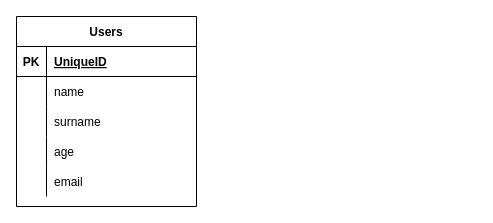
This is diagramma.drawio from federico1989/php-oop-2, a draw.io file, before an edit. Source tidied: cells renumbered, new cells numbered last; positions are measured from the earlier drawing's top-left corner, leaving out a move shared by most shapes. Both pictures are drawn from the tidied source at 100%, with x=0, y=0 at pixel (16, 16).
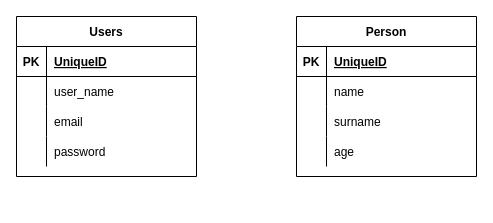
After the change.

Commit message (it also covers changes not shown here):
Aggiunta classe person

Unchanged cells that the change refers to:
```xml
<mxCell id="6" style="shape=partialRectangle;fillColor=none;top=0;left=0;bottom=0;right=0;" parent="2" vertex="1">
  <mxGeometry y="60" width="180" height="30" as="geometry" />
</mxCell>
<mxCell id="9" style="shape=partialRectangle;fillColor=none;top=0;left=0;bottom=0;right=0;" parent="2" vertex="1">
  <mxGeometry y="90" width="180" height="30" as="geometry" />
</mxCell>
<mxCell id="12" style="shape=partialRectangle;fillColor=none;top=0;left=0;bottom=0;right=0;" parent="2" vertex="1">
  <mxGeometry y="120" width="180" height="30" as="geometry" />
</mxCell>
```

What changed in the source:
```diff
@@
     <mxCell id="2" value="Users" style="shape=table;startSize=30;childLayout=tableLayout;rowLines=0;fontStyle=1;align=center;" parent="1" vertex="1">
-      <mxGeometry width="180" height="190" as="geometry" />
+      <mxGeometry width="180" height="160" as="geometry" />
     </mxCell>
@@
-    <mxCell id="8" value="name" style="shape=partialRectangle;fillColor=none;top=0;left=0;bottom=0;right=0;align=left;spacingLeft=6;overflow=hidden;" parent="6" vertex="1">
+    <mxCell id="8" value="user_name" style="shape=partialRectangle;fillColor=none;top=0;left=0;bottom=0;right=0;align=left;spacingLeft=6;overflow=hidden;" parent="6" vertex="1">
       <mxGeometry x="30" width="150" height="30" as="geometry" />
     </mxCell>
@@
-    <mxCell id="11" value="surname" style="shape=partialRectangle;fillColor=none;top=0;left=0;bottom=0;right=0;align=left;spacingLeft=6;overflow=hidden;" parent="9" vertex="1">
+    <mxCell id="11" value="email" style="shape=partialRectangle;fillColor=none;top=0;left=0;bottom=0;right=0;align=left;spacingLeft=6;overflow=hidden;" parent="9" vertex="1">
       <mxGeometry x="30" width="150" height="30" as="geometry" />
     </mxCell>
@@
-    <mxCell id="14" value="age" style="shape=partialRectangle;fillColor=none;top=0;left=0;bottom=0;right=0;align=left;spacingLeft=6;overflow=hidden;" parent="12" vertex="1">
+    <mxCell id="14" value="password" style="shape=partialRectangle;fillColor=none;top=0;left=0;bottom=0;right=0;align=left;spacingLeft=6;overflow=hidden;" parent="12" vertex="1">
       <mxGeometry x="30" width="150" height="30" as="geometry" />
     </mxCell>
-    <mxCell id="15" style="shape=partialRectangle;fillColor=none;top=0;left=0;bottom=0;right=0;" parent="2" vertex="1">
-      <mxGeometry y="150" width="180" height="30" as="geometry" />
-    </mxCell>
-    <mxCell id="16" style="shape=partialRectangle;fillColor=none;top=0;left=0;bottom=0;right=0;overflow=hidden;" parent="15" vertex="1">
-      <mxGeometry width="30" height="30" as="geometry" />
-    </mxCell>
-    <mxCell id="17" value="email" style="shape=partialRectangle;fillColor=none;top=0;left=0;bottom=0;right=0;align=left;spacingLeft=6;overflow=hidden;" parent="15" vertex="1">
-      <mxGeometry x="30" width="150" height="30" as="geometry" />
-    </mxCell>
+    <mxCell id="18" value="Person" style="shape=table;startSize=30;childLayout=tableLayout;rowLines=0;fontStyle=1;align=center;" parent="1" vertex="1">
+      <mxGeometry x="280" width="180" height="160" as="geometry" />
+    </mxCell>
+    <mxCell id="19" style="shape=partialRectangle;fillColor=none;top=0;left=0;bottom=1;right=0;" parent="18" vertex="1">
+      <mxGeometry y="30" width="180" height="30" as="geometry" />
+    </mxCell>
+    <mxCell id="20" value="PK" style="shape=partialRectangle;fillColor=none;top=0;left=0;bottom=0;right=0;fontStyle=1;overflow=hidden;" parent="19" vertex="1">
+      <mxGeometry width="30" height="30" as="geometry" />
+    </mxCell>
+    <mxCell id="21" value="UniqueID" style="shape=partialRectangle;fillColor=none;top=0;left=0;bottom=0;right=0;align=left;spacingLeft=6;fontStyle=5;overflow=hidden;" parent="19" vertex="1">
+      <mxGeometry x="30" width="150" height="30" as="geometry" />
+    </mxCell>
+    <mxCell id="22" style="shape=partialRectangle;fillColor=none;top=0;left=0;bottom=0;right=0;" parent="18" vertex="1">
+      <mxGeometry y="60" width="180" height="30" as="geometry" />
+    </mxCell>
+    <mxCell id="23" style="shape=partialRectangle;fillColor=none;top=0;left=0;bottom=0;right=0;overflow=hidden;" parent="22" vertex="1">
+      <mxGeometry width="30" height="30" as="geometry" />
+    </mxCell>
+    <mxCell id="24" value="name" style="shape=partialRectangle;fillColor=none;top=0;left=0;bottom=0;right=0;align=left;spacingLeft=6;overflow=hidden;" parent="22" vertex="1">
+      <mxGeometry x="30" width="150" height="30" as="geometry" />
+    </mxCell>
+    <mxCell id="25" style="shape=partialRectangle;fillColor=none;top=0;left=0;bottom=0;right=0;" parent="18" vertex="1">
+      <mxGeometry y="90" width="180" height="30" as="geometry" />
+    </mxCell>
+    <mxCell id="26" style="shape=partialRectangle;fillColor=none;top=0;left=0;bottom=0;right=0;overflow=hidden;" parent="25" vertex="1">
+      <mxGeometry width="30" height="30" as="geometry" />
+    </mxCell>
+    <mxCell id="27" value="surname" style="shape=partialRectangle;fillColor=none;top=0;left=0;bottom=0;right=0;align=left;spacingLeft=6;overflow=hidden;" parent="25" vertex="1">
+      <mxGeometry x="30" width="150" height="30" as="geometry" />
+    </mxCell>
+    <mxCell id="28" style="shape=partialRectangle;fillColor=none;top=0;left=0;bottom=0;right=0;" parent="18" vertex="1">
+      <mxGeometry y="120" width="180" height="30" as="geometry" />
+    </mxCell>
+    <mxCell id="29" style="shape=partialRectangle;fillColor=none;top=0;left=0;bottom=0;right=0;overflow=hidden;" parent="28" vertex="1">
+      <mxGeometry width="30" height="30" as="geometry" />
+    </mxCell>
+    <mxCell id="30" value="age" style="shape=partialRectangle;fillColor=none;top=0;left=0;bottom=0;right=0;align=left;spacingLeft=6;overflow=hidden;" parent="28" vertex="1">
+      <mxGeometry x="30" width="150" height="30" as="geometry" />
+    </mxCell>
```
